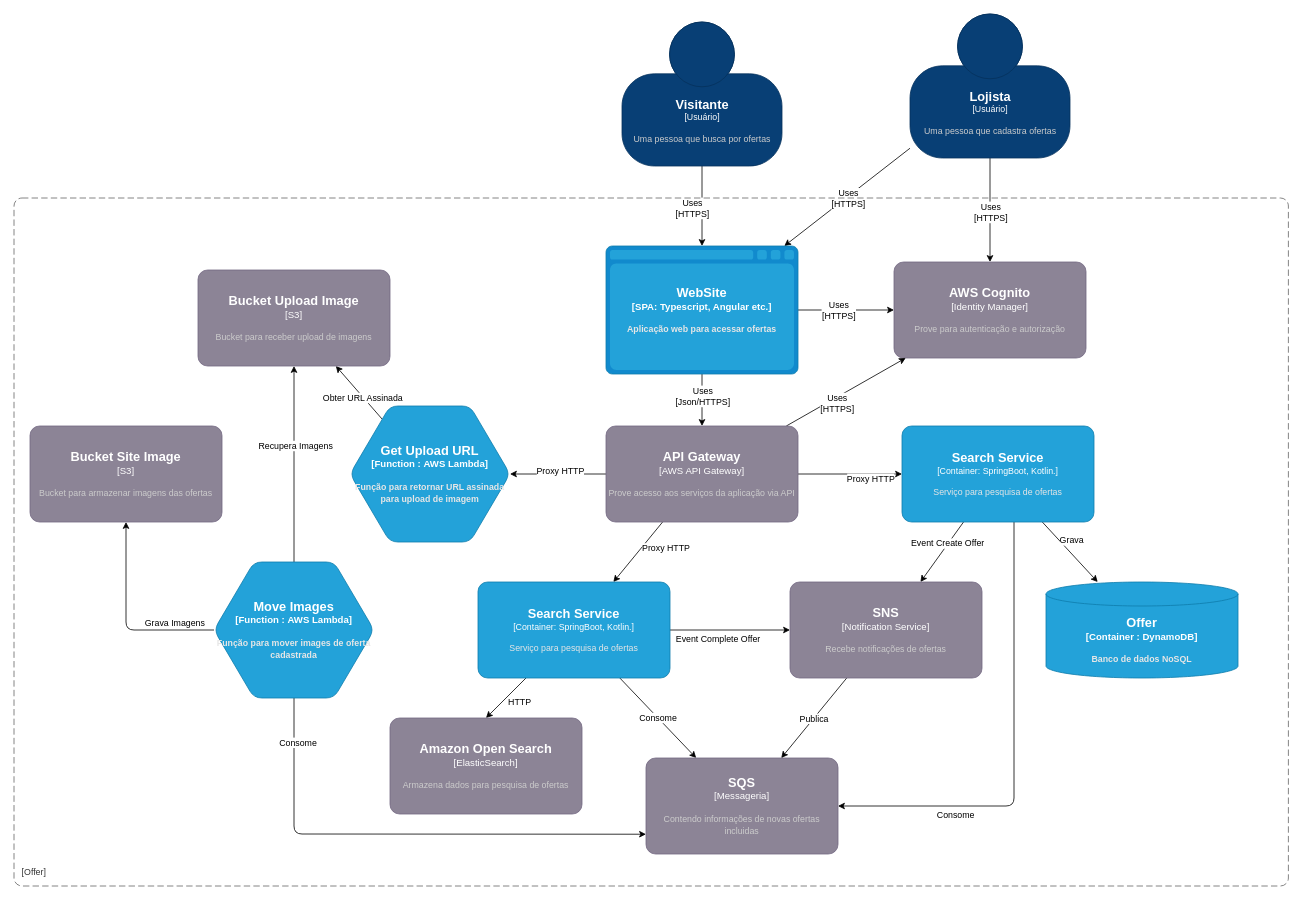
nelsonjunior/offer-documentacao keeps this draw.io diagram as diagrama-container.drawio. Above is the earlier version. Source tidied: cells renumbered, new cells numbered last; positions are measured from the earlier drawing's top-left corner, leaving out a move shared by most shapes. Both pictures are drawn from the tidied source at 80%, with x=0, y=0 at pixel (14, 14).
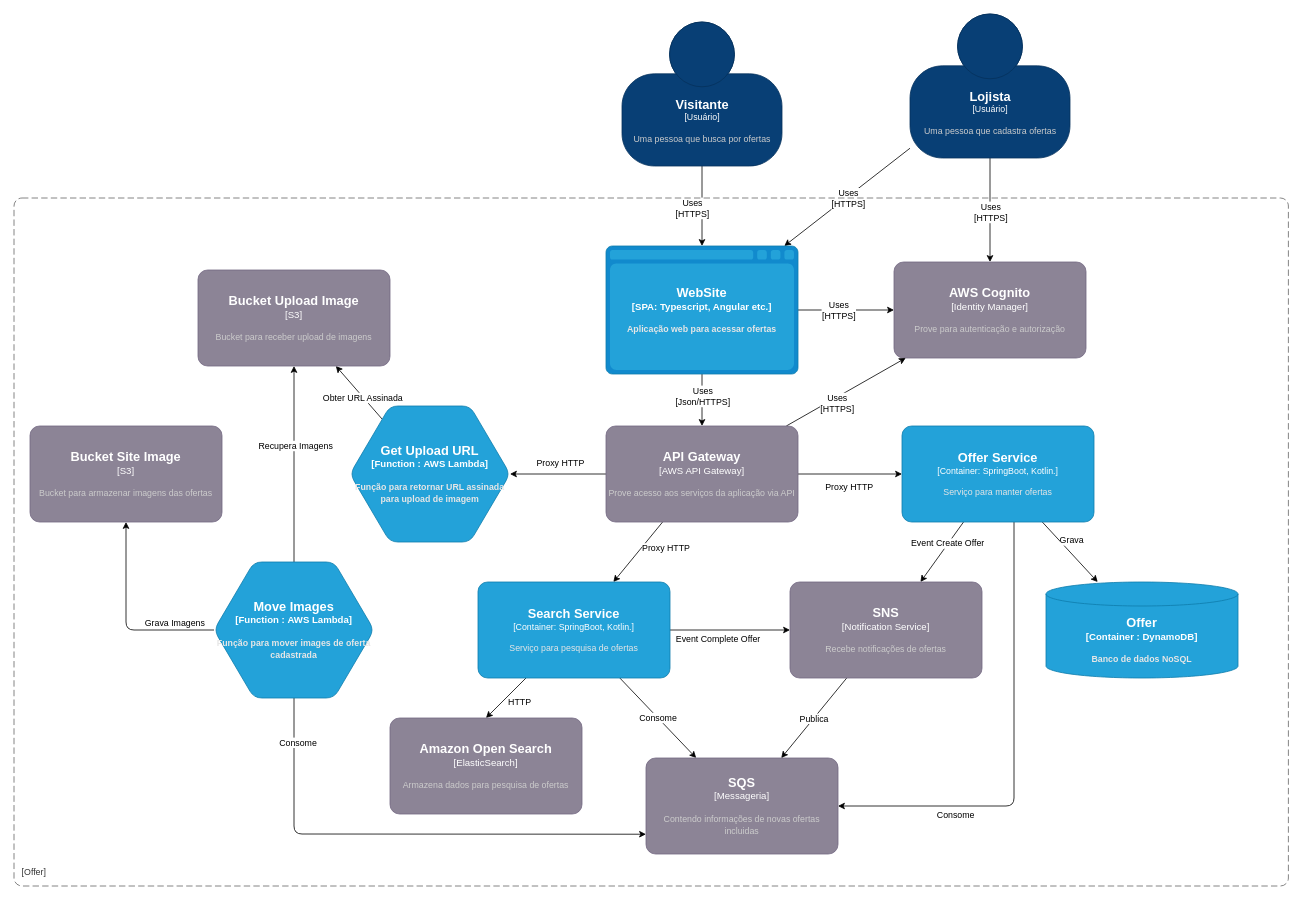
After the change.

Commit message:
Correção diagrama de container

The change refers to these unchanged cells:
```xml
<mxCell id="18" style="edgeStyle=none;html=1;" parent="1" edge="1" source="24" target="28">
  <mxGeometry relative="1" as="geometry" />
</mxCell>
<mxCell id="22" style="edgeStyle=none;html=1;" parent="1" edge="1" source="24" target="45">
  <mxGeometry relative="1" as="geometry" />
</mxCell>
```

The edit, as a diff of the source:
```diff
@@
     <mxCell id="19" value="Proxy HTTP" style="edgeLabel;html=1;align=center;verticalAlign=middle;" parent="18" vertex="1">
       <mxGeometry x="-0.04" relative="1" as="geometry">
-        <mxPoint y="-5" as="offset" />
+        <mxPoint y="-15" as="offset" />
       </mxGeometry>
     </mxCell>
@@
     <mxCell id="23" value="Proxy HTTP" style="edgeLabel;html=1;align=center;verticalAlign=middle;" parent="22" vertex="1">
       <mxGeometry x="-0.38" relative="1" as="geometry">
-        <mxPoint x="50" y="5" as="offset" />
+        <mxPoint x="23" y="15" as="offset" />
       </mxGeometry>
     </mxCell>
@@
-    <object id="45" label="&lt;font style=&quot;font-size: 16px&quot;&gt;&lt;b&gt;%c4Name%&lt;/b&gt;&lt;/font&gt;&lt;div&gt;[%c4Type%: %c4Technology%]&lt;/div&gt;&lt;br&gt;&lt;div&gt;&lt;font style=&quot;font-size: 11px&quot;&gt;&lt;font color=&quot;#E6E6E6&quot;&gt;%c4Description%&lt;/font&gt;&lt;/div&gt;" c4Description="Serviço para pesquisa de ofertas" c4Name="Search Service" c4Technology="SpringBoot, Kotlin." c4Type="Container" placeholders="1">
+    <object id="45" label="&lt;font style=&quot;font-size: 16px&quot;&gt;&lt;b&gt;%c4Name%&lt;/b&gt;&lt;/font&gt;&lt;div&gt;[%c4Type%: %c4Technology%]&lt;/div&gt;&lt;br&gt;&lt;div&gt;&lt;font style=&quot;font-size: 11px&quot;&gt;&lt;font color=&quot;#E6E6E6&quot;&gt;%c4Description%&lt;/font&gt;&lt;/div&gt;" c4Description="Serviço para manter ofertas" c4Name="Offer Service" c4Technology="SpringBoot, Kotlin." c4Type="Container" placeholders="1">
       <mxCell style="rounded=1;whiteSpace=wrap;html=1;fontSize=11;labelBackgroundColor=none;fillColor=#23A2D9;fontColor=#ffffff;align=center;arcSize=10;strokeColor=#0E7DAD;points=[[0.25,0,0],[0.5,0,0],[0.75,0,0],[1,0.25,0],[1,0.5,0],[1,0.75,0],[0.75,1,0],[0.5,1,0],[0.25,1,0],[0,0.75,0],[0,0.5,0],[0,0.25,0]];" parent="1" vertex="1">
         <mxGeometry x="1110" y="515" width="240" height="120" as="geometry" />
       </mxCell>
     </object>
```
